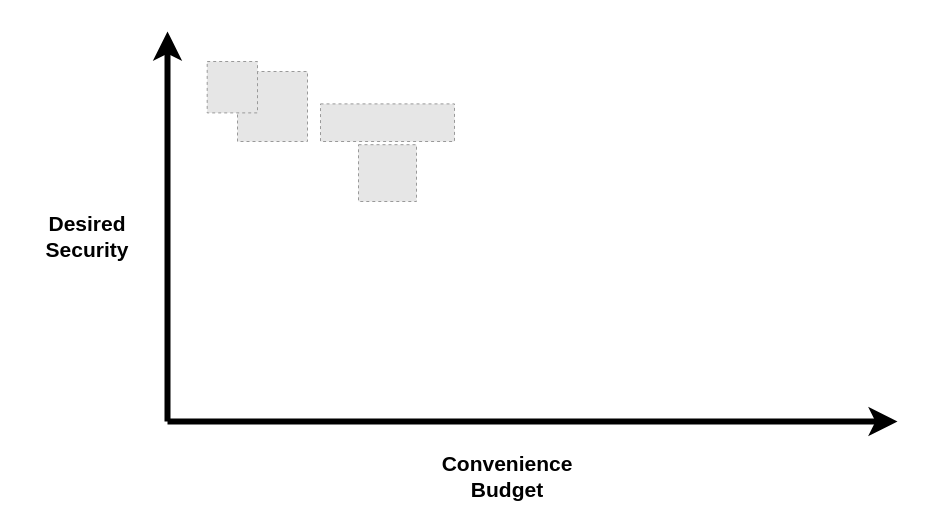
hclimente/hclimente.github.io keeps this draw.io diagram as assets/img/posts/2025-11-17-online-security/secuity_convenience.drawio. Above is the earlier version. Source tidied: cells renumbered, new cells numbered last; positions are measured from the earlier drawing's top-left corner, leaving out a move shared by most shapes. Both pictures are drawn from the tidied source at 100%, with x=0, y=0 at pixel (17, 31). Pictures stored in the file or linked from it are replaced by grey dashed boxes.
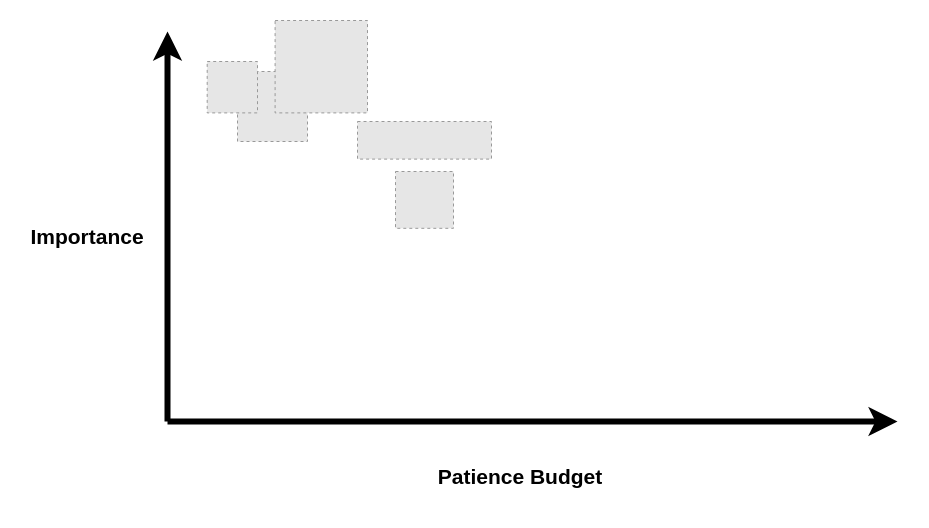
Above is the later version.

The edit, as a diff of the source:
```diff
@@
 <mxGraphModel>
   <root>
     <mxCell id="0" />
     <mxCell id="1" parent="0" />
     <mxCell id="2" style="endArrow=classic;html=1;rounded=0;endSize=10;startSize=14;strokeWidth=6;" parent="1" edge="1">
       <mxGeometry relative="1" as="geometry">
         <mxPoint x="150" y="390" as="sourcePoint" />
         <mxPoint x="150" as="targetPoint" />
       </mxGeometry>
     </mxCell>
-    <mxCell id="3" value="&lt;b&gt;&lt;font style=&quot;font-size: 21px;&quot;&gt;Desired Security&lt;/font&gt;&lt;/b&gt;" style="text;html=1;whiteSpace=wrap;strokeColor=none;fillColor=none;align=center;verticalAlign=middle;rounded=0;" parent="1" vertex="1">
+    <mxCell id="3" value="&lt;b&gt;&lt;font style=&quot;font-size: 21px;&quot;&gt;Importance&lt;/font&gt;&lt;/b&gt;" style="text;html=1;whiteSpace=wrap;strokeColor=none;fillColor=none;align=center;verticalAlign=middle;rounded=0;" parent="1" vertex="1">
       <mxGeometry y="170" width="140" height="70" as="geometry" />
     </mxCell>
     <mxCell id="4" style="endArrow=classic;html=1;rounded=0;endSize=10;startSize=14;strokeWidth=6;" parent="1" edge="1">
       <mxGeometry relative="1" as="geometry">
         <mxPoint x="150" y="390" as="sourcePoint" />
         <mxPoint x="880" y="390" as="targetPoint" />
       </mxGeometry>
     </mxCell>
-    <mxCell id="5" value="&lt;b&gt;&lt;font style=&quot;font-size: 21px;&quot;&gt;Convenience Budget&lt;/font&gt;&lt;/b&gt;" style="text;html=1;whiteSpace=wrap;strokeColor=none;fillColor=none;align=center;verticalAlign=middle;rounded=0;" parent="1" vertex="1">
-      <mxGeometry x="420" y="410" width="140" height="70" as="geometry" />
+    <mxCell id="5" value="&lt;b&gt;&lt;font style=&quot;font-size: 21px;&quot;&gt;Patience Budget&lt;/font&gt;&lt;/b&gt;" style="text;html=1;whiteSpace=wrap;strokeColor=none;fillColor=none;align=center;verticalAlign=middle;rounded=0;" parent="1" vertex="1">
+      <mxGeometry x="378" y="410" width="250" height="70" as="geometry" />
     </mxCell>
     <mxCell id="6" style="fillColor=#E6E6E6;strokeColor=#999999;dashed=1;verticalLabelPosition=bottom;labelBackgroundColor=default;verticalAlign=top;" parent="1" vertex="1">
-      <mxGeometry x="341" y="113.2" width="58" height="56.8" as="geometry" />
+      <mxGeometry x="378" y="140" width="58" height="56.8" as="geometry" />
     </mxCell>
     <mxCell id="7" style="fillColor=#E6E6E6;strokeColor=#999999;dashed=1;verticalLabelPosition=bottom;labelBackgroundColor=default;verticalAlign=top;" parent="1" vertex="1">
       <mxGeometry x="220" y="40" width="70" height="70" as="geometry" />
     </mxCell>
     <mxCell id="8" style="fillColor=#E6E6E6;strokeColor=#999999;dashed=1;verticalLabelPosition=bottom;labelBackgroundColor=default;verticalAlign=top;" parent="1" vertex="1">
-      <mxGeometry x="303" y="72.4" width="134" height="37.6" as="geometry" />
+      <mxGeometry x="340" y="90" width="134" height="37.6" as="geometry" />
     </mxCell>
     <mxCell id="9" style="fillColor=#E6E6E6;strokeColor=#999999;dashed=1;verticalLabelPosition=bottom;labelBackgroundColor=default;verticalAlign=top;" parent="1" vertex="1">
       <mxGeometry x="189.7" y="30" width="50.3" height="51.4" as="geometry" />
     </mxCell>
+    <mxCell id="10" style="fillColor=#E6E6E6;strokeColor=#999999;dashed=1;html=1;verticalAlign=top;verticalLabelPosition=bottom;labelBackgroundColor=#ffffff;" parent="1" vertex="1">
+      <mxGeometry x="257.6" y="-11" width="92.4" height="92.4" as="geometry" />
+    </mxCell>
   </root>
 </mxGraphModel>
```
